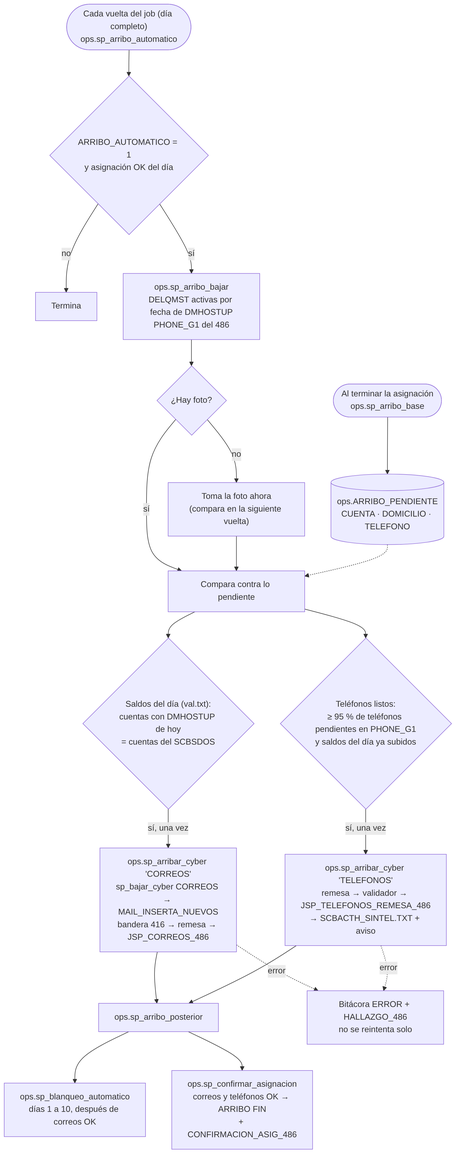
Above: docs/flujo/img/05_arribo_cyber.png in 0marMF/Banbaj (Mermaid), before the change. Its source is kept beside it as docs/flujo/mmd/05_arribo_cyber.mmd.
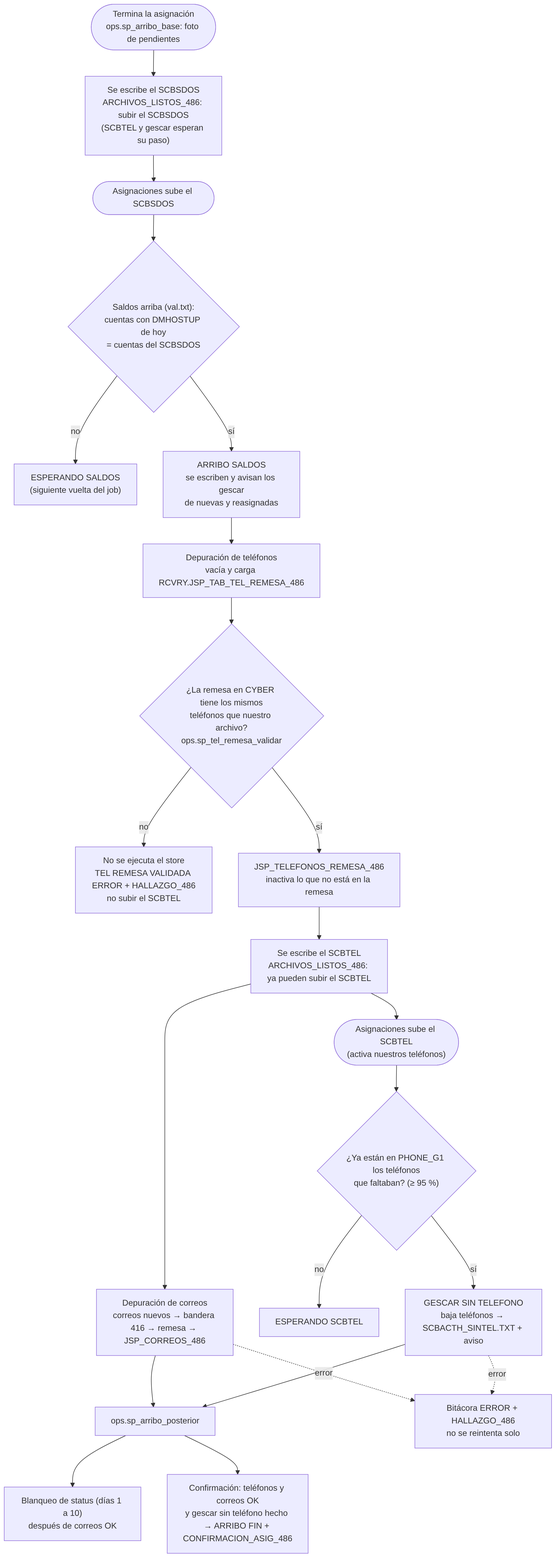
Later version of the same file.

Diff of the diagram source:
```diff
@@ -1,20 +1,22 @@
 flowchart TD
-    B0(["Al terminar la asignación<br/>ops.sp_arribo_base"]) --> B1[("ops.ARRIBO_PENDIENTE<br/>CUENTA · DOMICILIO · TELEFONO")]
-    J(["Cada vuelta del job (día completo)<br/>ops.sp_arribo_automatico"]) --> J1{"ARRIBO_AUTOMATICO = 1<br/>y asignación OK del día"}
-    J1 -- no --> JX["Termina"]
-    J1 -- sí --> J2["ops.sp_arribo_bajar<br/>DELQMST activas por fecha de DMHOSTUP<br/>PHONE_G1 del 486"]
-    J2 --> J3{"¿Hay foto?"}
-    J3 -- no --> J4["Toma la foto ahora<br/>(compara en la siguiente vuelta)"]
-    J3 -- sí --> J5
-    J4 --> J5["Compara contra lo pendiente"]
-    B1 -.-> J5
-    J5 --> C1{"Saldos del día (val.txt):<br/>cuentas con DMHOSTUP de hoy<br/>= cuentas del SCBSDOS"}
-    C1 -- sí, una vez --> C2["ops.sp_arribar_cyber 'CORREOS'<br/>sp_bajar_cyber CORREOS → MAIL_INSERTA_NUEVOS<br/>bandera 416 → remesa → JSP_CORREOS_486"]
-    J5 --> T1{"Teléfonos listos:<br/>≥ 95 % de teléfonos pendientes en PHONE_G1<br/>y saldos del día ya subidos"}
-    T1 -- sí, una vez --> T2["ops.sp_arribar_cyber 'TELEFONOS'<br/>remesa → validador → JSP_TELEFONOS_REMESA_486<br/>→ SCBACTH_SINTEL.TXT + aviso"]
-    C2 --> P["ops.sp_arribo_posterior"]
-    T2 --> P
-    P --> P1["ops.sp_blanqueo_automatico<br/>días 1 a 10, después de correos OK"]
-    P --> P2["ops.sp_confirmar_asignacion<br/>correos y teléfonos OK → ARRIBO FIN<br/>+ CONFIRMACION_ASIG_486"]
-    C2 -. error .-> H["Bitácora ERROR + HALLAZGO_486<br/>no se reintenta solo"]
-    T2 -. error .-> H
+    A0(["Termina la asignación<br/>ops.sp_arribo_base: foto de pendientes"]) --> A1["Se escribe el SCBSDOS<br/>ARCHIVOS_LISTOS_486: subir el SCBSDOS<br/>(SCBTEL y gescar esperan su paso)"]
+    A1 --> U1(["Asignaciones sube el SCBSDOS"])
+    U1 --> S{"Saldos arriba (val.txt):<br/>cuentas con DMHOSTUP de hoy<br/>= cuentas del SCBSDOS"}
+    S -- no --> SW["ESPERANDO SALDOS<br/>(siguiente vuelta del job)"]
+    S -- sí --> S1["ARRIBO SALDOS<br/>se escriben y avisan los gescar<br/>de nuevas y reasignadas"]
+    S1 --> T1["Depuración de teléfonos<br/>vacía y carga RCVRY.JSP_TAB_TEL_REMESA_486"]
+    T1 --> T2{"¿La remesa en CYBER tiene los mismos<br/>teléfonos que nuestro archivo?<br/>ops.sp_tel_remesa_validar"}
+    T2 -- no --> TX["No se ejecuta el store<br/>TEL REMESA VALIDADA ERROR + HALLAZGO_486<br/>no subir el SCBTEL"]
+    T2 -- sí --> T3["JSP_TELEFONOS_REMESA_486<br/>inactiva lo que no está en la remesa"]
+    T3 --> T4["Se escribe el SCBTEL<br/>ARCHIVOS_LISTOS_486: ya pueden subir el SCBTEL"]
+    T4 --> C1["Depuración de correos<br/>correos nuevos → bandera 416 → remesa → JSP_CORREOS_486"]
+    T4 --> U2(["Asignaciones sube el SCBTEL<br/>(activa nuestros teléfonos)"])
+    U2 --> G{"¿Ya están en PHONE_G1 los teléfonos<br/>que faltaban? (≥ 95 %)"}
+    G -- no --> GW["ESPERANDO SCBTEL"]
+    G -- sí --> G1["GESCAR SIN TELEFONO<br/>baja teléfonos → SCBACTH_SINTEL.TXT + aviso"]
+    C1 --> P["ops.sp_arribo_posterior"]
+    G1 --> P
+    P --> P1["Blanqueo de status (días 1 a 10)<br/>después de correos OK"]
+    P --> P2["Confirmación: teléfonos y correos OK<br/>y gescar sin teléfono hecho → ARRIBO FIN + CONFIRMACION_ASIG_486"]
+    C1 -. error .-> H["Bitácora ERROR + HALLAZGO_486<br/>no se reintenta solo"]
+    G1 -. error .-> H
```
